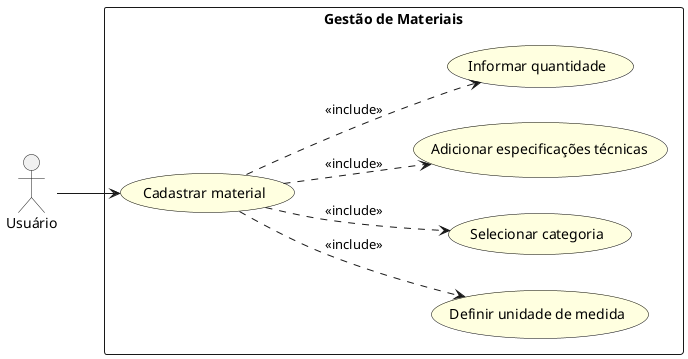
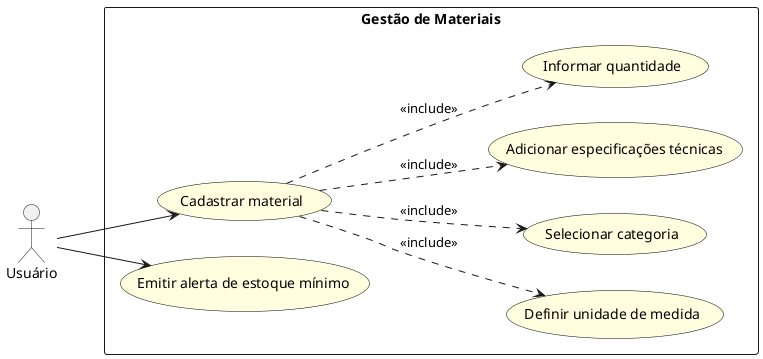
skinparam dpi 300

@startuml
left to right direction
skinparam packageStyle rectangle
skinparam usecase {
  BackgroundColor LightYellow
  BorderColor Black
}

actor "Usuário" as Usuario

package "Gestão de Materiais" {
  usecase "Cadastrar material" as UC_Cadastrar
  usecase "Definir unidade de medida" as UC_Unidade
  usecase "Selecionar categoria" as UC_Categoria
  usecase "Adicionar especificações técnicas" as UC_Especificacoes
  usecase "Informar quantidade" as UC_Quantidade
+   usecase "Emitir alerta de estoque mínimo" as UC_AlertaMinimo
}

Usuario --> UC_Cadastrar
+ Usuario --> UC_AlertaMinimo
UC_Cadastrar .down.> UC_Unidade : <<include>>
UC_Cadastrar .down.> UC_Categoria : <<include>>
UC_Cadastrar .down.> UC_Especificacoes : <<include>>
UC_Cadastrar .down.> UC_Quantidade : <<include>>

@enduml
